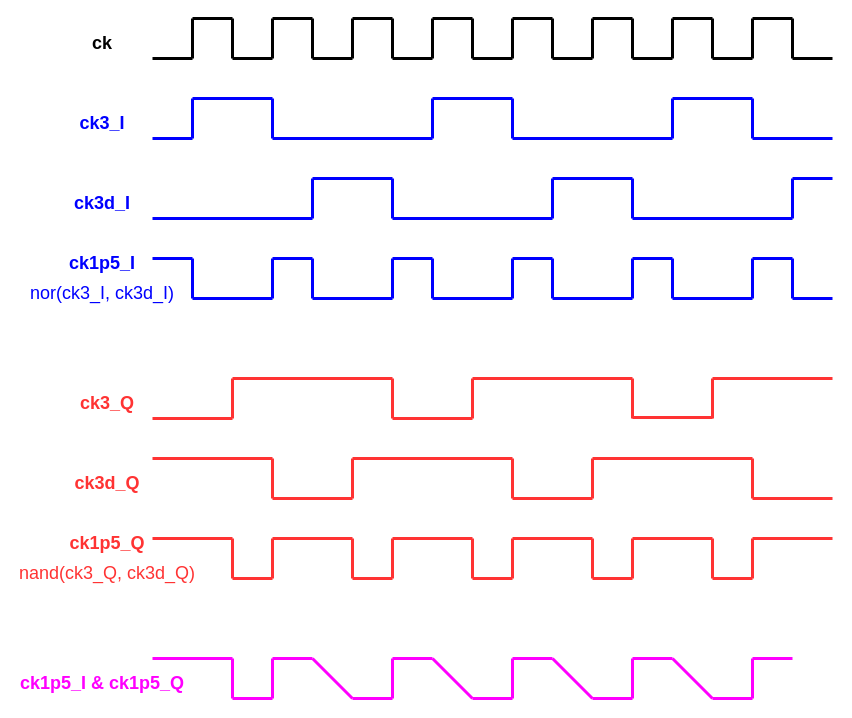
raytroop/raytroop.github.io keeps this draw.io diagram as source/_posts/clock-misc/div1p5.drawio. Above is the earlier version. Source tidied: cells renumbered, new cells numbered last; positions are measured from the earlier drawing's top-left corner, leaving out a move shared by most shapes. Both pictures are drawn from the tidied source at 100%, with x=0, y=0 at pixel (17, 18).
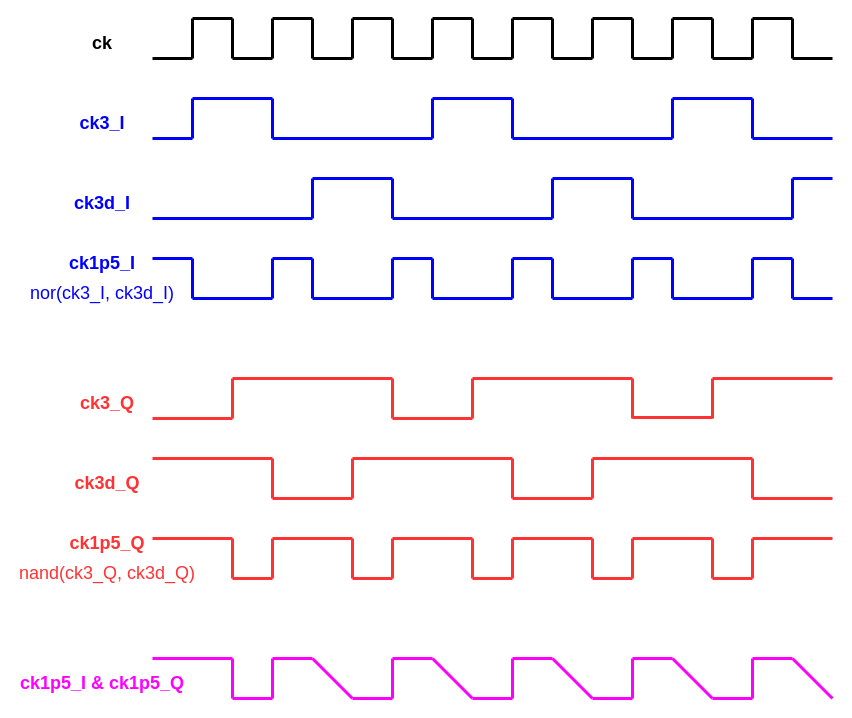
After the change.

Change to the diagram source:
```diff
@@
+    <mxCell id="156" style="endArrow=none;html=1;rounded=0;defaultLabelBackgroundColor=page;strokeWidth=3;strokeColor=#FF00FF;" parent="1" edge="1">
+      <mxGeometry relative="1" as="geometry">
+        <mxPoint x="815" y="680" as="sourcePoint" />
+        <mxPoint x="775" y="640" as="targetPoint" />
+      </mxGeometry>
+    </mxCell>
```
